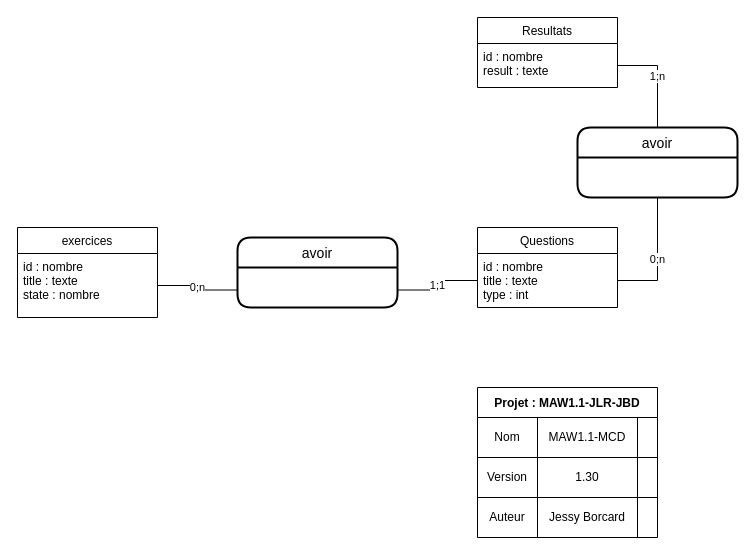
Before: Documentation/MAW1.1-MCD.drawio in CPNV-ES/MAW1.1-JLR-JBD, a draw.io diagram. Source tidied: cells renumbered, new cells numbered last; positions are measured from the earlier drawing's top-left corner, leaving out a move shared by most shapes. Both pictures are drawn from the tidied source at 100%, with x=0, y=0 at pixel (17, 17).
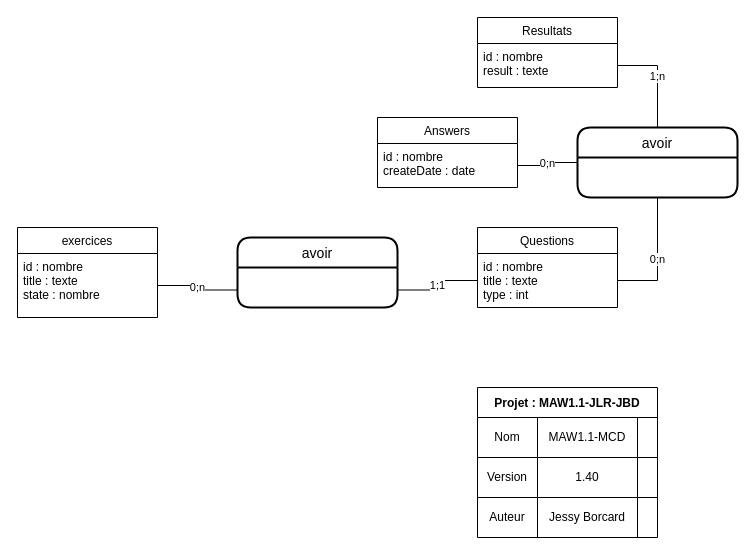
After the change.

Unchanged cells that the change refers to:
```xml
<mxCell id="9" style="shape=tableRow;horizontal=0;startSize=0;swimlaneHead=0;swimlaneBody=0;top=0;left=0;bottom=0;right=0;fillColor=none;" parent="4" vertex="1">
  <mxGeometry y="70" width="180" height="40" as="geometry" />
</mxCell>
<mxCell id="24" value="avoir" style="swimlane;horizontal=1;startSize=30;rounded=1;fontSize=14;fontStyle=0;strokeWidth=2;shadow=0;dashed=0;align=center;" parent="1" vertex="1">
  <mxGeometry x="560" y="110" width="160" height="70" as="geometry" />
</mxCell>
```

The edit, as a diff of the source:
```diff
@@
-    <mxCell id="11" value="1.30" style="shape=partialRectangle;html=1;whiteSpace=wrap;fillColor=none;top=0;left=0;bottom=0;right=0;overflow=hidden;" parent="9" vertex="1">
+    <mxCell id="11" value="1.40" style="shape=partialRectangle;html=1;whiteSpace=wrap;fillColor=none;top=0;left=0;bottom=0;right=0;overflow=hidden;" parent="9" vertex="1">
       <mxGeometry x="60" width="100" height="40" as="geometry" />
     </mxCell>
@@
+    <mxCell id="27" value="Answers" style="swimlane;fontStyle=0;horizontal=1;startSize=26;fillColor=none;" parent="1" vertex="1">
+      <mxGeometry x="360" y="100" width="140" height="70" as="geometry" />
+    </mxCell>
+    <mxCell id="28" value="id : nombre&#10;createDate : date" style="text;strokeColor=none;fillColor=none;align=left;verticalAlign=top;spacingLeft=4;spacingRight=4;overflow=hidden;points=[[0,0.5],[1,0.5]];portConstraint=eastwest;" parent="27" vertex="1">
+      <mxGeometry y="26" width="140" height="44" as="geometry" />
+    </mxCell>
+    <mxCell id="29" value="0;n" style="edgeStyle=orthogonalEdgeStyle;rounded=0;jettySize=auto;html=1;exitX=1;exitY=0.5;exitDx=0;exitDy=0;entryX=0;entryY=0.5;entryDx=0;entryDy=0;endArrow=none;endFill=0;" parent="1" edge="1" source="28" target="24">
+      <mxGeometry relative="1" as="geometry" />
+    </mxCell>
```
